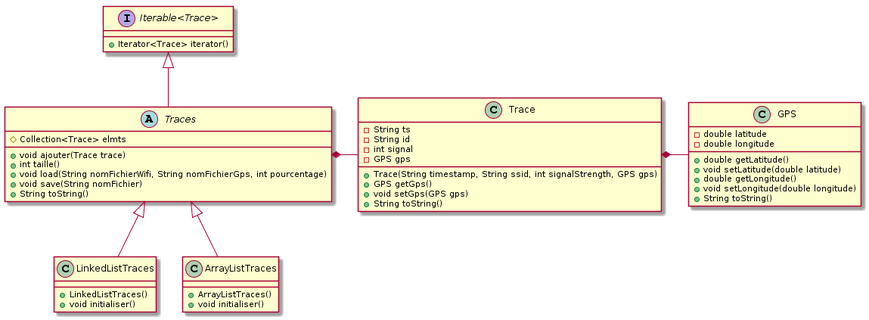
Above: files/diagramme de class.png in Answermouth/senCity (PlantUML), before the change. The source it was exported from:
```plantuml
@startuml
Trace *- GPS
Traces *- Trace
"Iterable<Trace>" <|-- Traces
Traces <|-- LinkedListTraces
Traces <|-- ArrayListTraces


class GPS {
-double latitude
-double longitude

+double getLatitude()
+void setLatitude(double latitude)
+double getLongitude()
+void setLongitude(double longitude)
+String toString()
}

class Trace {
-String ts
-String id
-int signal
-GPS gps

+Trace(String timestamp, String ssid, int signalStrength, GPS gps)
+GPS getGps()
+void setGps(GPS gps)
+String toString()
}

abstract class Traces {
#Collection<Trace> elmts
+void ajouter(Trace trace)
+int taille()
+void load(String nomFichierWifi, String nomFichierGps, int pourcentage)
+void save(String nomFichier)
+String toString()
}

class LinkedListTraces {
+LinkedListTraces()
+void initialiser()
}

class ArrayListTraces {
+ArrayListTraces()
+void initialiser()
}

interface "Iterable<Trace>" {
+Iterator<Trace> iterator()
}
@enduml
```
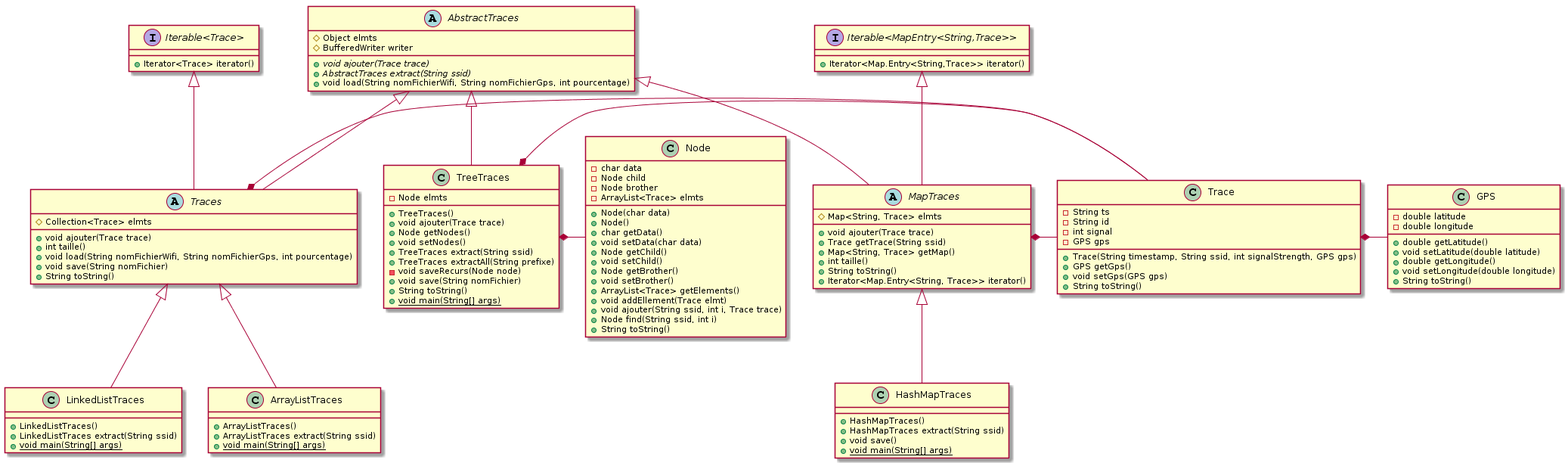
Above is the later version.

Commit message:
diagramme de classe

The edit, as a diff of the source:
```diff
@@ -1,9 +1,17 @@
 @startuml
 Trace *- GPS
 Traces *- Trace
+MapTraces *- Trace
+TreeTraces *- Trace
 "Iterable<Trace>" <|-- Traces
+AbstractTraces <|-- Traces
+"Iterable<MapEntry<String,Trace>>" <|-- MapTraces
+AbstractTraces <|-- MapTraces
+MapTraces <|-- HashMapTraces
 Traces <|-- LinkedListTraces
 Traces <|-- ArrayListTraces
+AbstractTraces <|-- TreeTraces
+TreeTraces *- Node
 
 
 class GPS {
@@ -29,6 +37,33 @@
 +String toString()
 }
 
+abstract class AbstractTraces {
+#Object elmts
+#BufferedWriter writer
+
++{abstract} void ajouter(Trace trace)
++{abstract} AbstractTraces extract(String ssid)
++void load(String nomFichierWifi, String nomFichierGps, int pourcentage)
+}
+
+abstract class MapTraces {
+#Map<String, Trace> elmts
+
++void ajouter(Trace trace)
++Trace getTrace(String ssid)
++Map<String, Trace> getMap()
++int taille()
++String toString()
++Iterator<Map.Entry<String, Trace>> iterator()
+}
+
+class HashMapTraces {
++HashMapTraces()
++HashMapTraces extract(String ssid)
++void save()
++{static} void main(String[] args)
+}
+
 abstract class Traces {
 #Collection<Trace> elmts
 +void ajouter(Trace trace)
@@ -40,15 +75,57 @@
 
 class LinkedListTraces {
 +LinkedListTraces()
-+void initialiser()
++LinkedListTraces extract(String ssid)
++{static} void main(String[] args)
 }
 
 class ArrayListTraces {
 +ArrayListTraces()
-+void initialiser()
++ArrayListTraces extract(String ssid)
++{static} void main(String[] args)
 }
 
 interface "Iterable<Trace>" {
 +Iterator<Trace> iterator()
 }
+
+interface "Iterable<MapEntry<String,Trace>>" {
++Iterator<Map.Entry<String,Trace>> iterator()
+}
+
+class TreeTraces {
+-Node elmts
+
++TreeTraces()
++void ajouter(Trace trace)
++Node getNodes()
++void setNodes()
++TreeTraces extract(String ssid)
++TreeTraces extractAll(String prefixe)
+-void saveRecurs(Node node)
++void save(String nomFichier)
++String toString()
++{static} void main(String[] args)
+}
+
+class Node {
+-char data
+-Node child
+-Node brother
+-ArrayList<Trace> elmts
+
++Node(char data)
++Node()
++char getData()
++void setData(char data)
++Node getChild()
++void setChild()
++Node getBrother()
++void setBrother()
++ArrayList<Trace> getElements()
++void addEllement(Trace elmt)
++void ajouter(String ssid, int i, Trace trace)
++Node find(String ssid, int i)
++String toString()
+}
 @enduml
```
